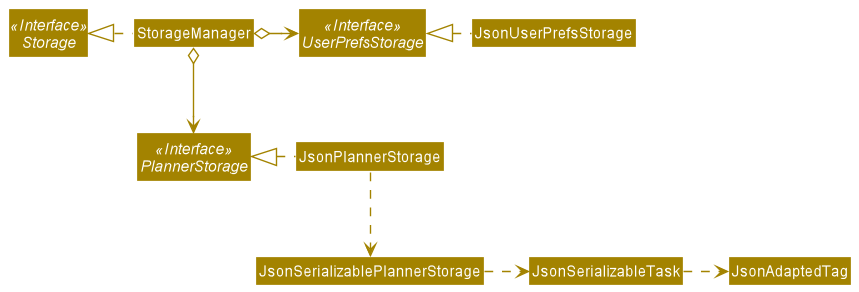
The PlantUML diagram docs/images/StorageClassDiagram.png in nus-cs2103-AY2021S2/tp, before a commit.
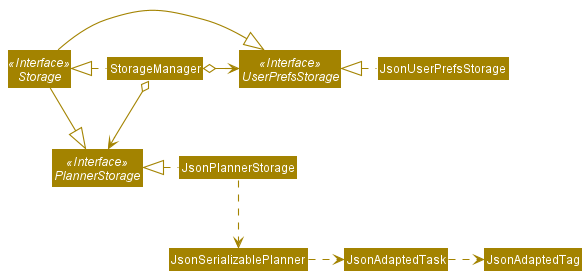
After the commit.

Commit message:
Update DG diagrams according to bug reports in AB3

What changed in the source:
```diff
@@ -12,13 +12,16 @@
 Class JsonUserPrefsStorage
 Class JsonPlannerStorage
 
+Storage -|> UserPrefsStorage
+Storage -|> PlannerStorage
+
 StorageManager .left.|> Storage
 StorageManager o-right-> UserPrefsStorage
 StorageManager o--> PlannerStorage
 
 JsonUserPrefsStorage .left.|> UserPrefsStorage
 JsonPlannerStorage .left.|> PlannerStorage
-JsonPlannerStorage .down.> JsonSerializablePlannerStorage
-JsonSerializablePlannerStorage .right.> JsonSerializableTask
-JsonSerializableTask .right.> JsonAdaptedTag
+JsonPlannerStorage .down.> JsonSerializablePlanner
+JsonSerializablePlanner .right.> JsonAdaptedTask
+JsonAdaptedTask .right.> JsonAdaptedTag
 @enduml
```
